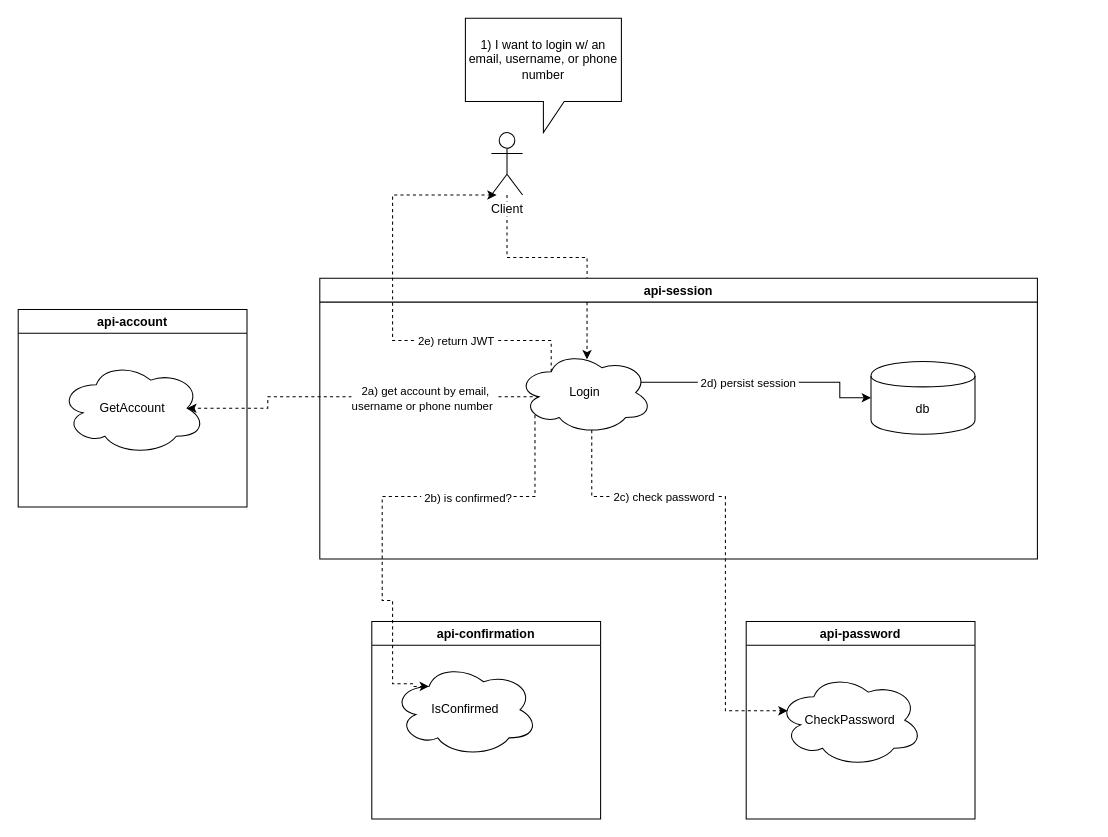
Above: page "login" (3 of 4) of architecture.drawio in AlpacaLabs/protorepo (draw.io), before the change. Source tidied: cells renumbered, new cells numbered last; positions are measured from the earlier drawing's top-left corner, leaving out a move shared by most shapes. Both pictures are drawn from the tidied source at 104%, with x=0, y=0 at pixel (18, 18).
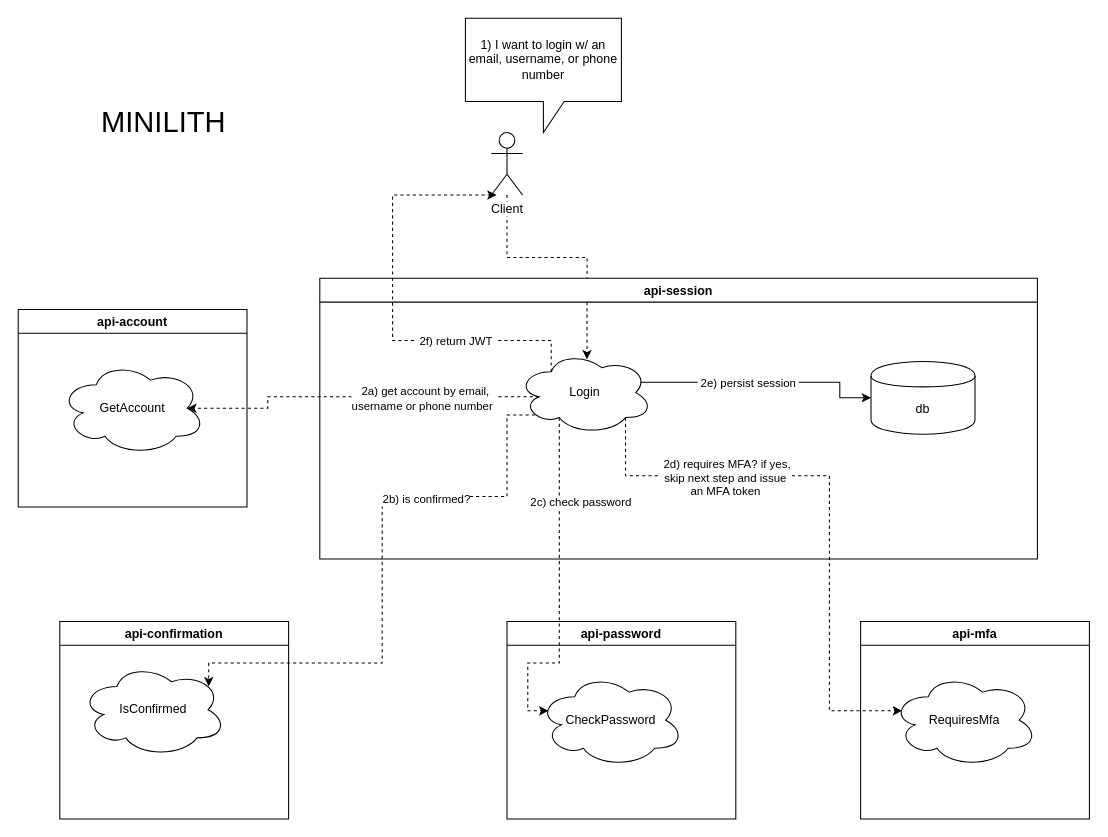
Above is the later version.

Unchanged cells that the change refers to:
```xml
<mxCell id="5" value="IsConfirmed" style="ellipse;shape=cloud;whiteSpace=wrap;html=1;" parent="4" vertex="1">
  <mxGeometry x="20" y="40" width="140" height="90" as="geometry" />
</mxCell>
<mxCell id="7" style="edgeStyle=orthogonalEdgeStyle;rounded=0;jettySize=auto;html=1;exitX=0.875;exitY=0.5;exitDx=0;exitDy=0;exitPerimeter=0;entryX=0;entryY=0.5;entryDx=0;entryDy=0;" parent="6" edge="1" source="9" target="10">
  <mxGeometry relative="1" as="geometry">
    <Array as="points">
      <mxPoint x="304" y="100" />
      <mxPoint x="500" y="100" />
      <mxPoint x="500" y="115" />
    </Array>
  </mxGeometry>
</mxCell>
<mxCell id="9" value="Login" style="ellipse;shape=cloud;whiteSpace=wrap;html=1;" parent="6" vertex="1">
  <mxGeometry x="190" y="70" width="130" height="80" as="geometry" />
</mxCell>
<mxCell id="19" value="CheckPassword" style="ellipse;shape=cloud;whiteSpace=wrap;html=1;" parent="18" vertex="1">
  <mxGeometry x="30" y="50" width="140" height="90" as="geometry" />
</mxCell>
<mxCell id="22" style="edgeStyle=orthogonalEdgeStyle;rounded=0;jettySize=auto;html=1;exitX=0.25;exitY=0.25;exitDx=0;exitDy=0;exitPerimeter=0;dashed=1;" parent="1" edge="1" source="9">
  <mxGeometry relative="1" as="geometry">
    <mxPoint x="460" y="170" as="targetPoint" />
    <Array as="points">
      <mxPoint x="513" y="310" />
      <mxPoint x="360" y="310" />
      <mxPoint x="360" y="170" />
    </Array>
  </mxGeometry>
</mxCell>
```

Diff of the diagram source:
```diff
@@
     <mxCell id="4" value="api-confirmation" style="swimlane;" parent="1" vertex="1">
-      <mxGeometry x="340" y="580" width="220" height="190" as="geometry" />
+      <mxGeometry x="40" y="580" width="220" height="190" as="geometry" />
     </mxCell>
@@
-    <mxCell id="8" value="&amp;nbsp;2d) persist session&amp;nbsp;" style="edgeLabel;html=1;align=center;verticalAlign=middle;" parent="7" vertex="1">
+    <mxCell id="8" value="&amp;nbsp;2e) persist session&amp;nbsp;" style="edgeLabel;html=1;align=center;verticalAlign=middle;" parent="7" vertex="1">
       <mxGeometry x="-0.48" y="1" relative="1" as="geometry">
         <mxPoint x="53.2" y="1" as="offset" />
       </mxGeometry>
     </mxCell>
@@
-    <mxCell id="16" style="edgeStyle=orthogonalEdgeStyle;rounded=0;jettySize=auto;html=1;exitX=0.13;exitY=0.77;exitDx=0;exitDy=0;exitPerimeter=0;entryX=0.25;entryY=0.25;entryDx=0;entryDy=0;entryPerimeter=0;dashed=1;" parent="1" edge="1" source="9" target="5">
+    <mxCell id="16" style="edgeStyle=orthogonalEdgeStyle;rounded=0;jettySize=auto;html=1;exitX=0.13;exitY=0.77;exitDx=0;exitDy=0;exitPerimeter=0;entryX=0.88;entryY=0.25;entryDx=0;entryDy=0;entryPerimeter=0;dashed=1;" parent="1" edge="1" source="9" target="5">
       <mxGeometry relative="1" as="geometry">
         <Array as="points">
-          <mxPoint x="497" y="460" />
+          <mxPoint x="470" y="382" />
+          <mxPoint x="470" y="460" />
           <mxPoint x="350" y="460" />
-          <mxPoint x="350" y="560" />
-          <mxPoint x="360" y="560" />
-          <mxPoint x="360" y="640" />
-          <mxPoint x="380" y="640" />
-          <mxPoint x="380" y="643" />
+          <mxPoint x="350" y="620" />
+          <mxPoint x="183" y="620" />
         </Array>
       </mxGeometry>
     </mxCell>
     <mxCell id="17" value="&amp;nbsp;2b) is confirmed?" style="edgeLabel;html=1;align=center;verticalAlign=middle;" parent="16" vertex="1">
       <mxGeometry x="-0.75" y="-3" relative="1" as="geometry">
-        <mxPoint x="-63.9" y="22.4" as="offset" />
+        <mxPoint x="-77" y="35.3" as="offset" />
       </mxGeometry>
     </mxCell>
     <mxCell id="18" value="api-password" style="swimlane;rounded=0;" parent="1" vertex="1">
-      <mxGeometry x="700" y="580" width="220" height="190" as="geometry" />
+      <mxGeometry x="470" y="580" width="220" height="190" as="geometry" />
     </mxCell>
@@
-    <mxCell id="20" style="edgeStyle=orthogonalEdgeStyle;rounded=0;jettySize=auto;html=1;exitX=0.55;exitY=0.95;exitDx=0;exitDy=0;exitPerimeter=0;entryX=0.07;entryY=0.4;entryDx=0;entryDy=0;entryPerimeter=0;dashed=1;" parent="1" edge="1" source="9" target="19">
+    <mxCell id="20" style="edgeStyle=orthogonalEdgeStyle;rounded=0;jettySize=auto;html=1;exitX=0.31;exitY=0.8;exitDx=0;exitDy=0;exitPerimeter=0;entryX=0.07;entryY=0.4;entryDx=0;entryDy=0;entryPerimeter=0;dashed=1;" parent="1" edge="1" source="9" target="19">
       <mxGeometry relative="1" as="geometry">
         <Array as="points">
-          <mxPoint x="552" y="460" />
-          <mxPoint x="680" y="460" />
-          <mxPoint x="680" y="666" />
+          <mxPoint x="520" y="620" />
+          <mxPoint x="490" y="620" />
         </Array>
       </mxGeometry>
     </mxCell>
@@
-    <mxCell id="23" value="&amp;nbsp;2e) return JWT&amp;nbsp;" style="edgeLabel;html=1;align=center;verticalAlign=middle;" parent="22" vertex="1">
+    <mxCell id="23" value="&amp;nbsp;2f) return JWT&amp;nbsp;" style="edgeLabel;html=1;align=center;verticalAlign=middle;" parent="22" vertex="1">
       <mxGeometry x="-0.54" y="43" relative="1" as="geometry">
         <mxPoint x="-25.5" y="-43" as="offset" />
       </mxGeometry>
     </mxCell>
+    <mxCell id="24" value="api-mfa" style="swimlane;rounded=0;" parent="1" vertex="1">
+      <mxGeometry x="810" y="580" width="220" height="190" as="geometry" />
+    </mxCell>
+    <mxCell id="25" value="RequiresMfa" style="ellipse;shape=cloud;whiteSpace=wrap;html=1;" parent="24" vertex="1">
+      <mxGeometry x="30" y="50" width="140" height="90" as="geometry" />
+    </mxCell>
+    <mxCell id="26" value="&lt;font style=&quot;font-size: 28px&quot;&gt;MINILITH&lt;/font&gt;" style="text;html=1;strokeColor=none;fillColor=none;align=center;verticalAlign=middle;whiteSpace=wrap;rounded=0;" parent="1" vertex="1">
+      <mxGeometry x="120" y="90" width="40" height="20" as="geometry" />
+    </mxCell>
+    <mxCell id="27" style="edgeStyle=orthogonalEdgeStyle;rounded=0;jettySize=auto;html=1;exitX=0.8;exitY=0.8;exitDx=0;exitDy=0;exitPerimeter=0;entryX=0.07;entryY=0.4;entryDx=0;entryDy=0;entryPerimeter=0;dashed=1;" parent="1" edge="1" source="9" target="25">
+      <mxGeometry relative="1" as="geometry">
+        <Array as="points">
+          <mxPoint x="584" y="440" />
+          <mxPoint x="780" y="440" />
+          <mxPoint x="780" y="666" />
+        </Array>
+      </mxGeometry>
+    </mxCell>
+    <mxCell id="28" value="&amp;nbsp;2d) requires MFA? if yes,&lt;br&gt;skip next step and issue&lt;br&gt;an MFA token" style="edgeLabel;html=1;align=center;verticalAlign=middle;" parent="27" vertex="1">
+      <mxGeometry x="-0.55" y="-1" relative="1" as="geometry">
+        <mxPoint x="28.5" as="offset" />
+      </mxGeometry>
+    </mxCell>
```
